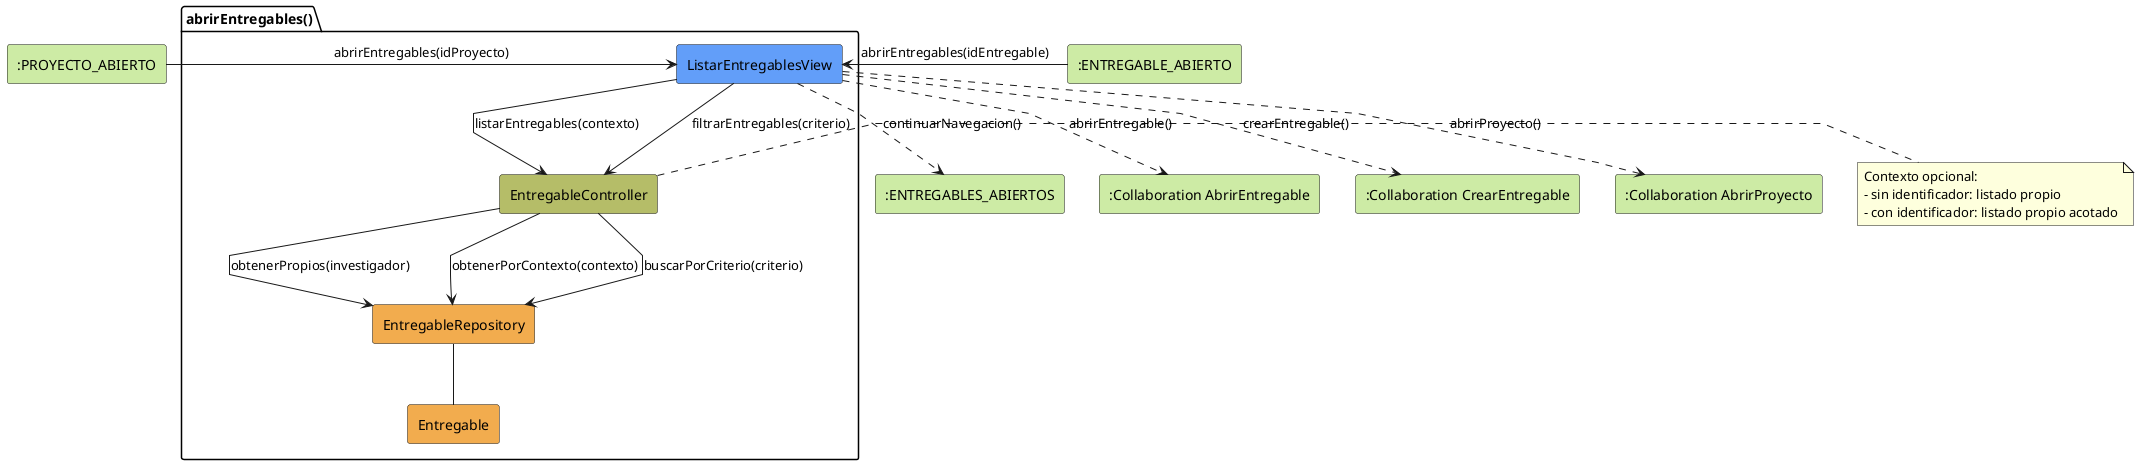
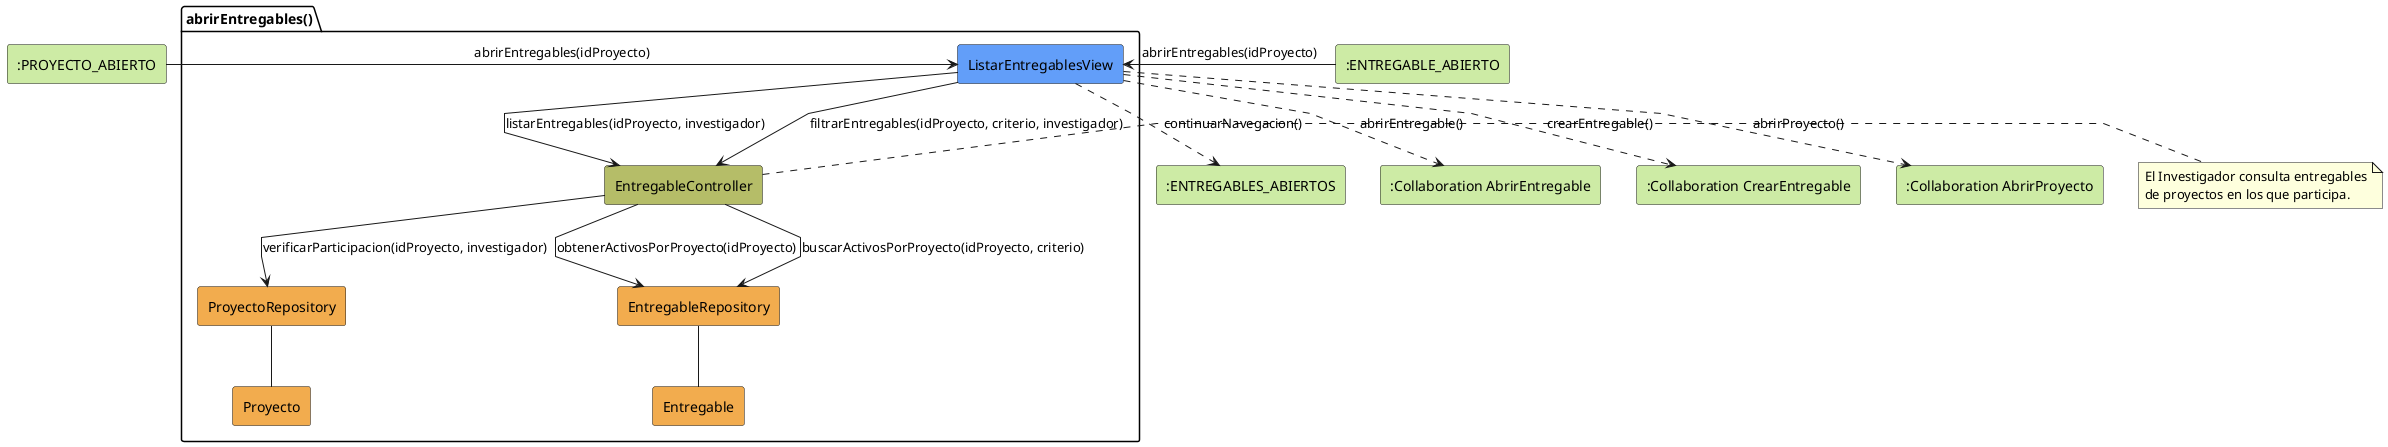
@startuml abrirEntregables-analisis
skinparam linetype polyline

rectangle #CDEBA5 ":PROYECTO_ABIERTO" as EstadoEntrada1
rectangle #CDEBA5 ":ENTREGABLE_ABIERTO" as EstadoEntrada2
package abrirEntregables as "abrirEntregables()" {
    rectangle #629EF9 ListarEntregablesView
    rectangle #b5bd68 EntregableController
+     rectangle #F2AC4E ProyectoRepository
    rectangle #F2AC4E EntregableRepository
+     rectangle #F2AC4E Proyecto
    rectangle #F2AC4E Entregable
}

rectangle #CDEBA5 ":ENTREGABLES_ABIERTOS" as EstadoSalida
rectangle #CDEBA5 ":Collaboration AbrirEntregable" as AbrirEntregable
rectangle #CDEBA5 ":Collaboration CrearEntregable" as CrearEntregable
rectangle #CDEBA5 ":Collaboration AbrirProyecto" as AbrirProyecto

EstadoEntrada1 -r-> ListarEntregablesView: abrirEntregables(idProyecto)
- EstadoEntrada2 -r-> ListarEntregablesView: abrirEntregables(idEntregable)
+ EstadoEntrada2 -r-> ListarEntregablesView: abrirEntregables(idProyecto)

- ListarEntregablesView -d-> EntregableController: listarEntregables(contexto)
- ListarEntregablesView --> EntregableController: filtrarEntregables(criterio)
- EntregableController --> EntregableRepository: obtenerPropios(investigador)
- EntregableController --> EntregableRepository: obtenerPorContexto(contexto)
- EntregableController --> EntregableRepository: buscarPorCriterio(criterio)
+ ListarEntregablesView -d-> EntregableController: listarEntregables(idProyecto, investigador)
+ ListarEntregablesView --> EntregableController: filtrarEntregables(idProyecto, criterio, investigador)
+ EntregableController --> ProyectoRepository: verificarParticipacion(idProyecto, investigador)
+ EntregableController --> EntregableRepository: obtenerActivosPorProyecto(idProyecto)
+ EntregableController --> EntregableRepository: buscarActivosPorProyecto(idProyecto, criterio)
+ ProyectoRepository -- Proyecto
EntregableRepository -- Entregable
note right of EntregableController
- Contexto opcional:
- - sin identificador: listado propio
- - con identificador: listado propio acotado
+ El Investigador consulta entregables
+ de proyectos en los que participa.
end note
ListarEntregablesView ..> EstadoSalida: continuarNavegacion()
ListarEntregablesView ..> AbrirEntregable: abrirEntregable()
ListarEntregablesView ..> CrearEntregable: crearEntregable()
ListarEntregablesView ..> AbrirProyecto: abrirProyecto()

@enduml
